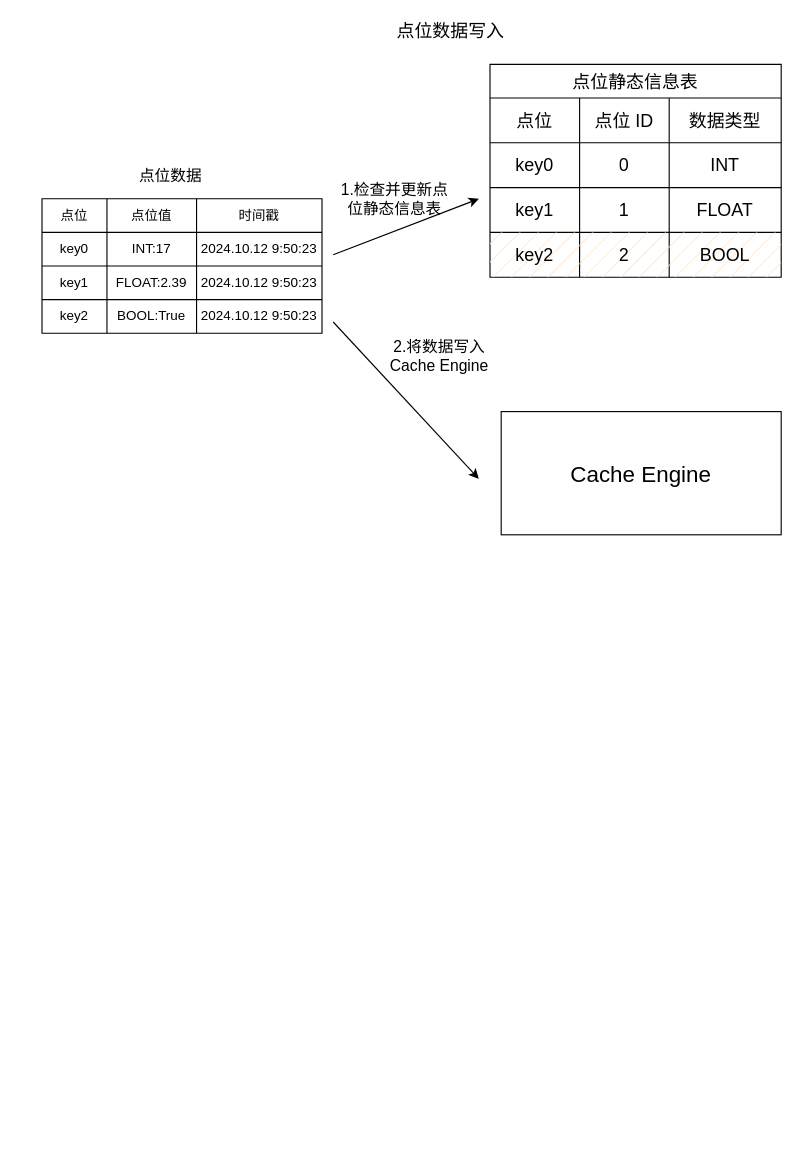
Before: page "第 3 页" (3 of 3) of vectorDB.drawio in yeqiyi/drawIO, a draw.io diagram. Source tidied: cells renumbered, new cells numbered last; positions are measured from the earlier drawing's top-left corner, leaving out a move shared by most shapes. Both pictures are drawn from the tidied source at 112%, with x=0, y=0 at pixel (41, 19).
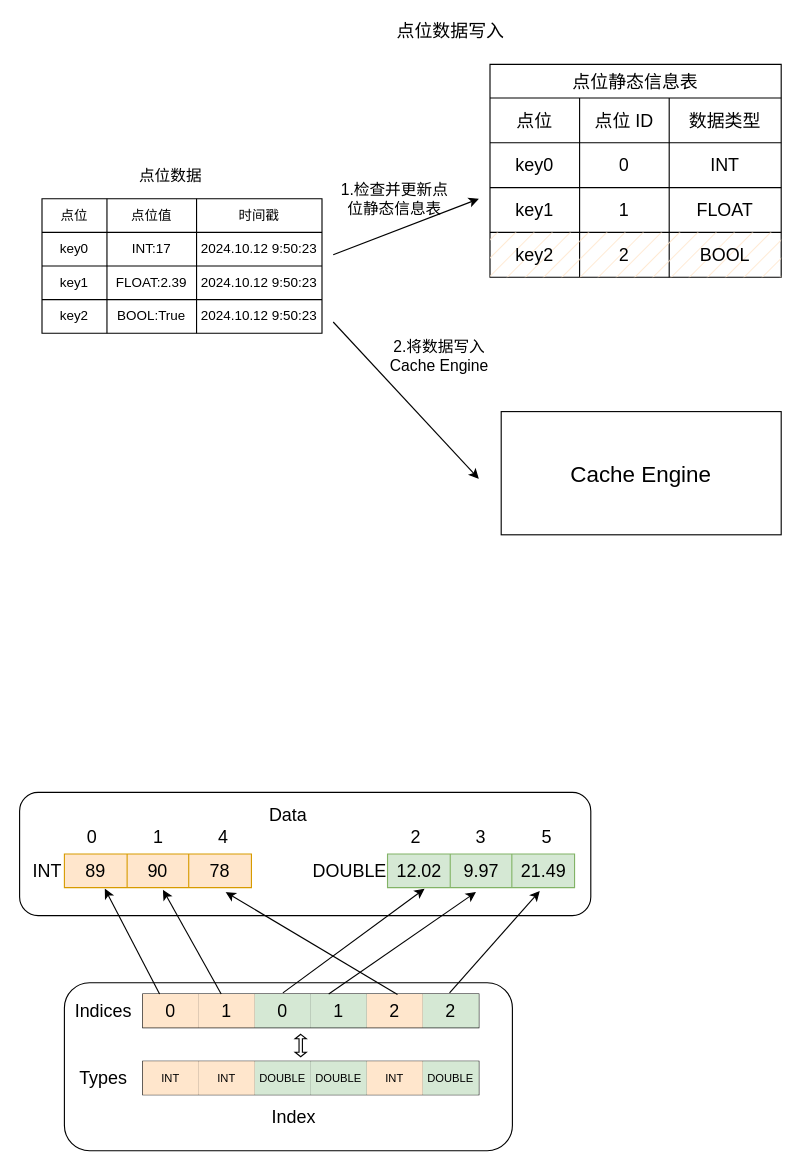
Above is the later version.

What changed in the source:
```diff
@@
+    <mxCell id="43" style="rounded=1;whiteSpace=wrap;html=1;" parent="1" vertex="1">
+      <mxGeometry x="20" y="860" width="400" height="150" as="geometry" />
+    </mxCell>
+    <mxCell id="44" style="rounded=1;whiteSpace=wrap;html=1;" parent="1" vertex="1">
+      <mxGeometry x="-20" y="690" width="510" height="110" as="geometry" />
+    </mxCell>
@@
+    <mxCell id="45" style="shape=table;startSize=0;childLayout=tableLayout;fontSize=16;fillColor=#ffe6cc;strokeColor=#d79b00;" parent="1" vertex="1">
+      <mxGeometry x="20" y="745" width="167" height="30" as="geometry" />
+    </mxCell>
+    <mxCell id="46" style="shape=tableRow;horizontal=0;startSize=0;swimlaneHead=0;swimlaneBody=0;strokeColor=inherit;top=0;left=0;bottom=0;right=0;fillColor=none;points=[[0,0.5],[1,0.5]];portConstraint=eastwest;fontSize=16;" parent="45" vertex="1">
+      <mxGeometry width="167" height="30" as="geometry" />
+    </mxCell>
+    <mxCell id="47" value="89" style="shape=partialRectangle;html=1;whiteSpace=wrap;strokeColor=inherit;overflow=hidden;fillColor=none;top=0;left=0;bottom=0;right=0;fontSize=16;" parent="46" vertex="1">
+      <mxGeometry width="56" height="30" as="geometry" />
+    </mxCell>
+    <mxCell id="48" value="90" style="shape=partialRectangle;html=1;whiteSpace=wrap;strokeColor=inherit;overflow=hidden;fillColor=none;top=0;left=0;bottom=0;right=0;fontSize=16;" parent="46" vertex="1">
+      <mxGeometry x="56" width="55" height="30" as="geometry" />
+    </mxCell>
+    <mxCell id="49" value="78" style="shape=partialRectangle;html=1;whiteSpace=wrap;strokeColor=inherit;overflow=hidden;fillColor=none;top=0;left=0;bottom=0;right=0;fontSize=16;" parent="46" vertex="1">
+      <mxGeometry x="111" width="56" height="30" as="geometry" />
+    </mxCell>
+    <mxCell id="50" style="shape=table;startSize=0;childLayout=tableLayout;fontSize=16;fillColor=#d5e8d4;strokeColor=#82b366;" parent="1" vertex="1">
+      <mxGeometry x="308.5" y="745" width="167" height="30" as="geometry" />
+    </mxCell>
+    <mxCell id="51" style="shape=tableRow;horizontal=0;startSize=0;swimlaneHead=0;swimlaneBody=0;strokeColor=inherit;top=0;left=0;bottom=0;right=0;fillColor=none;points=[[0,0.5],[1,0.5]];portConstraint=eastwest;fontSize=16;" parent="50" vertex="1">
+      <mxGeometry width="167" height="30" as="geometry" />
+    </mxCell>
+    <mxCell id="52" value="12.02" style="shape=partialRectangle;html=1;whiteSpace=wrap;strokeColor=inherit;overflow=hidden;fillColor=none;top=0;left=0;bottom=0;right=0;fontSize=16;" parent="51" vertex="1">
+      <mxGeometry width="56" height="30" as="geometry" />
+    </mxCell>
+    <mxCell id="53" value="9.97" style="shape=partialRectangle;html=1;whiteSpace=wrap;strokeColor=inherit;overflow=hidden;fillColor=none;top=0;left=0;bottom=0;right=0;fontSize=16;" parent="51" vertex="1">
+      <mxGeometry x="56" width="55" height="30" as="geometry" />
+    </mxCell>
+    <mxCell id="54" value="21.49" style="shape=partialRectangle;html=1;whiteSpace=wrap;strokeColor=inherit;overflow=hidden;fillColor=none;top=0;left=0;bottom=0;right=0;fontSize=16;" parent="51" vertex="1">
+      <mxGeometry x="111" width="56" height="30" as="geometry" />
+    </mxCell>
+    <mxCell id="55" value="INT" style="text;html=1;align=center;verticalAlign=middle;whiteSpace=wrap;rounded=0;fontSize=16;" parent="1" vertex="1">
+      <mxGeometry x="-20" y="750" width="50" height="20" as="geometry" />
+    </mxCell>
+    <mxCell id="56" value="Data" style="text;html=1;align=center;verticalAlign=middle;whiteSpace=wrap;rounded=0;fontSize=16;" parent="1" vertex="1">
+      <mxGeometry x="155" y="700" width="130" height="20" as="geometry" />
+    </mxCell>
+    <mxCell id="57" value="DOUBLE" style="text;html=1;align=center;verticalAlign=middle;whiteSpace=wrap;rounded=0;fontSize=16;" parent="1" vertex="1">
+      <mxGeometry x="250" y="750" width="50" height="20" as="geometry" />
+    </mxCell>
+    <mxCell id="58" value="Indices" style="text;html=1;align=center;verticalAlign=middle;whiteSpace=wrap;rounded=0;fontSize=16;" parent="1" vertex="1">
+      <mxGeometry x="30" y="875" width="50" height="20" as="geometry" />
+    </mxCell>
+    <mxCell id="59" style="shape=table;startSize=0;childLayout=tableLayout;fontSize=16;" parent="1" vertex="1">
+      <mxGeometry x="90" y="870" width="300" height="30" as="geometry" />
+    </mxCell>
+    <mxCell id="60" style="shape=tableRow;horizontal=0;startSize=0;swimlaneHead=0;swimlaneBody=0;strokeColor=inherit;top=0;left=0;bottom=0;right=0;fillColor=none;points=[[0,0.5],[1,0.5]];portConstraint=eastwest;fontSize=16;" parent="59" vertex="1">
+      <mxGeometry width="300" height="30" as="geometry" />
+    </mxCell>
+    <mxCell id="61" value="0" style="shape=partialRectangle;html=1;whiteSpace=wrap;strokeColor=#d79b00;overflow=hidden;fillColor=#ffe6cc;top=0;left=0;bottom=0;right=0;fontSize=16;" parent="60" vertex="1">
+      <mxGeometry width="50" height="30" as="geometry" />
+    </mxCell>
+    <mxCell id="62" value="1" style="shape=partialRectangle;html=1;whiteSpace=wrap;strokeColor=#d79b00;overflow=hidden;fillColor=#ffe6cc;top=0;left=0;bottom=0;right=0;fontSize=16;" parent="60" vertex="1">
+      <mxGeometry x="50" width="50" height="30" as="geometry" />
+    </mxCell>
+    <mxCell id="63" value="0" style="shape=partialRectangle;html=1;whiteSpace=wrap;strokeColor=#82b366;overflow=hidden;fillColor=#d5e8d4;top=0;left=0;bottom=0;right=0;fontSize=16;" parent="60" vertex="1">
+      <mxGeometry x="100" width="50" height="30" as="geometry" />
+    </mxCell>
+    <mxCell id="64" value="1" style="shape=partialRectangle;html=1;whiteSpace=wrap;strokeColor=#82b366;overflow=hidden;fillColor=#d5e8d4;top=0;left=0;bottom=0;right=0;fontSize=16;" parent="60" vertex="1">
+      <mxGeometry x="150" width="50" height="30" as="geometry" />
+    </mxCell>
+    <mxCell id="65" value="2" style="shape=partialRectangle;html=1;whiteSpace=wrap;strokeColor=#d79b00;overflow=hidden;fillColor=#ffe6cc;top=0;left=0;bottom=0;right=0;fontSize=16;" parent="60" vertex="1">
+      <mxGeometry x="200" width="50" height="30" as="geometry" />
+    </mxCell>
+    <mxCell id="66" value="2" style="shape=partialRectangle;html=1;whiteSpace=wrap;strokeColor=#82b366;overflow=hidden;fillColor=#d5e8d4;top=0;left=0;bottom=0;right=0;fontSize=16;" parent="60" vertex="1">
+      <mxGeometry x="250" width="50" height="30" as="geometry" />
+    </mxCell>
+    <mxCell id="67" style="edgeStyle=orthogonalEdgeStyle;rounded=0;orthogonalLoop=1;jettySize=auto;html=1;exitX=0.5;exitY=1;exitDx=0;exitDy=0;" parent="1" edge="1">
+      <mxGeometry relative="1" as="geometry">
+        <mxPoint x="195" y="830" as="sourcePoint" />
+        <mxPoint x="195" y="830" as="targetPoint" />
+      </mxGeometry>
+    </mxCell>
+    <mxCell id="68" style="endArrow=classic;html=1;rounded=0;exitX=0.417;exitY=-0.033;exitDx=0;exitDy=0;exitPerimeter=0;entryX=0.198;entryY=1.033;entryDx=0;entryDy=0;entryPerimeter=0;" parent="1" edge="1" source="60" target="51">
+      <mxGeometry relative="1" as="geometry" />
+    </mxCell>
+    <mxCell id="69" style="endArrow=classic;html=1;rounded=0;exitX=0.417;exitY=-0.033;exitDx=0;exitDy=0;exitPerimeter=0;entryX=0.473;entryY=1.133;entryDx=0;entryDy=0;entryPerimeter=0;" parent="1" edge="1" target="51">
+      <mxGeometry relative="1" as="geometry">
+        <mxPoint x="256" y="870" as="sourcePoint" />
+      </mxGeometry>
+    </mxCell>
+    <mxCell id="70" style="endArrow=classic;html=1;rounded=0;exitX=0.913;exitY=-0.033;exitDx=0;exitDy=0;exitPerimeter=0;entryX=0.814;entryY=1.1;entryDx=0;entryDy=0;entryPerimeter=0;" parent="1" edge="1" source="59" target="51">
+      <mxGeometry relative="1" as="geometry" />
+    </mxCell>
+    <mxCell id="71" style="endArrow=classic;html=1;rounded=0;entryX=0.216;entryY=1.033;entryDx=0;entryDy=0;entryPerimeter=0;" parent="1" edge="1" target="46">
+      <mxGeometry relative="1" as="geometry">
+        <mxPoint x="105" y="870" as="sourcePoint" />
+      </mxGeometry>
+    </mxCell>
+    <mxCell id="72" style="endArrow=classic;html=1;rounded=0;entryX=0.527;entryY=1.067;entryDx=0;entryDy=0;entryPerimeter=0;" parent="1" edge="1" target="46">
+      <mxGeometry relative="1" as="geometry">
+        <mxPoint x="160" y="870" as="sourcePoint" />
+      </mxGeometry>
+    </mxCell>
+    <mxCell id="73" style="endArrow=classic;html=1;rounded=0;entryX=0.862;entryY=1.133;entryDx=0;entryDy=0;entryPerimeter=0;exitX=0.758;exitY=0.017;exitDx=0;exitDy=0;exitPerimeter=0;" parent="1" edge="1" source="60" target="46">
+      <mxGeometry relative="1" as="geometry" />
+    </mxCell>
+    <mxCell id="74" value="Types" style="text;html=1;align=center;verticalAlign=middle;whiteSpace=wrap;rounded=0;fontSize=16;" parent="1" vertex="1">
+      <mxGeometry x="30" y="935" width="50" height="20" as="geometry" />
+    </mxCell>
+    <mxCell id="75" style="shape=table;startSize=0;childLayout=tableLayout;fontSize=12;" parent="1" vertex="1">
+      <mxGeometry x="90" y="930" width="300" height="30" as="geometry" />
+    </mxCell>
+    <mxCell id="76" style="shape=tableRow;horizontal=0;startSize=0;swimlaneHead=0;swimlaneBody=0;strokeColor=inherit;top=0;left=0;bottom=0;right=0;fillColor=none;fontSize=16;" parent="75" vertex="1">
+      <mxGeometry width="300" height="30" as="geometry" />
+    </mxCell>
+    <mxCell id="77" value="INT" style="shape=partialRectangle;html=1;whiteSpace=wrap;strokeColor=#d79b00;overflow=hidden;fillColor=#ffe6cc;top=0;left=0;bottom=0;right=0;fontSize=10;" parent="76" vertex="1">
+      <mxGeometry width="50" height="30" as="geometry" />
+    </mxCell>
+    <mxCell id="78" value="INT" style="shape=partialRectangle;html=1;whiteSpace=wrap;strokeColor=#d79b00;overflow=hidden;fillColor=#ffe6cc;top=0;left=0;bottom=0;right=0;fontSize=10;" parent="76" vertex="1">
+      <mxGeometry x="50" width="50" height="30" as="geometry" />
+    </mxCell>
+    <mxCell id="79" value="DOUBLE" style="shape=partialRectangle;html=1;whiteSpace=wrap;strokeColor=#82b366;overflow=hidden;fillColor=#d5e8d4;top=0;left=0;bottom=0;right=0;fontSize=10;" parent="76" vertex="1">
+      <mxGeometry x="100" width="50" height="30" as="geometry" />
+    </mxCell>
+    <mxCell id="80" value="DOUBLE" style="shape=partialRectangle;html=1;whiteSpace=wrap;strokeColor=#82b366;overflow=hidden;fillColor=#d5e8d4;top=0;left=0;bottom=0;right=0;fontSize=10;" parent="76" vertex="1">
+      <mxGeometry x="150" width="50" height="30" as="geometry" />
+    </mxCell>
+    <mxCell id="81" value="INT" style="shape=partialRectangle;html=1;whiteSpace=wrap;strokeColor=#d79b00;overflow=hidden;fillColor=#ffe6cc;top=0;left=0;bottom=0;right=0;fontSize=10;" parent="76" vertex="1">
+      <mxGeometry x="200" width="50" height="30" as="geometry" />
+    </mxCell>
+    <mxCell id="82" value="DOUBLE" style="shape=partialRectangle;html=1;whiteSpace=wrap;strokeColor=#82b366;overflow=hidden;fillColor=#d5e8d4;top=0;left=0;bottom=0;right=0;fontSize=10;" parent="76" vertex="1">
+      <mxGeometry x="250" width="50" height="30" as="geometry" />
+    </mxCell>
+    <mxCell id="83" value="Index" style="text;html=1;align=center;verticalAlign=middle;whiteSpace=wrap;rounded=0;fontSize=16;" parent="1" vertex="1">
+      <mxGeometry x="200" y="970" width="50" height="20" as="geometry" />
+    </mxCell>
+    <mxCell id="84" style="shape=doubleArrow;direction=south;whiteSpace=wrap;html=1;" parent="1" vertex="1">
+      <mxGeometry x="226" y="906" width="10" height="20" as="geometry" />
+    </mxCell>
+    <mxCell id="85" value="0" style="text;html=1;align=center;verticalAlign=middle;whiteSpace=wrap;rounded=0;fontSize=16;" parent="1" vertex="1">
+      <mxGeometry x="20" y="720" width="50" height="20" as="geometry" />
+    </mxCell>
+    <mxCell id="86" value="1" style="text;html=1;align=center;verticalAlign=middle;whiteSpace=wrap;rounded=0;fontSize=16;" parent="1" vertex="1">
+      <mxGeometry x="78.5" y="720" width="50" height="20" as="geometry" />
+    </mxCell>
+    <mxCell id="87" value="4" style="text;html=1;align=center;verticalAlign=middle;whiteSpace=wrap;rounded=0;fontSize=16;" parent="1" vertex="1">
+      <mxGeometry x="137" y="720" width="50" height="20" as="geometry" />
+    </mxCell>
+    <mxCell id="88" value="2" style="text;html=1;align=center;verticalAlign=middle;whiteSpace=wrap;rounded=0;fontSize=16;" parent="1" vertex="1">
+      <mxGeometry x="308.5" y="720" width="50" height="20" as="geometry" />
+    </mxCell>
+    <mxCell id="89" value="3" style="text;html=1;align=center;verticalAlign=middle;whiteSpace=wrap;rounded=0;fontSize=16;" parent="1" vertex="1">
+      <mxGeometry x="367" y="720" width="50" height="20" as="geometry" />
+    </mxCell>
+    <mxCell id="90" value="5" style="text;html=1;align=center;verticalAlign=middle;whiteSpace=wrap;rounded=0;fontSize=16;" parent="1" vertex="1">
+      <mxGeometry x="425.5" y="720" width="50" height="20" as="geometry" />
+    </mxCell>
```
